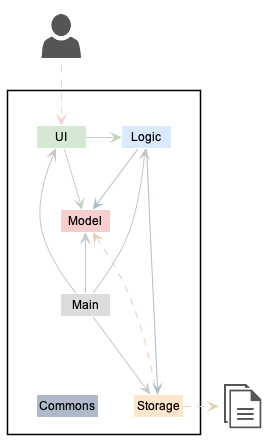
Before: docs/images/ArchitectureDiagram.png, a diagram exported from PlantUML (nus-cs2103-AY2122S1/tp).
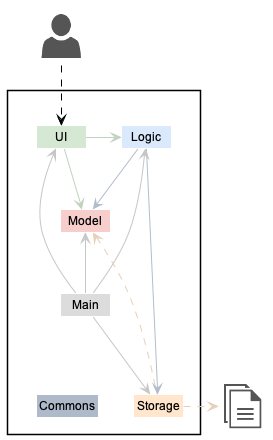
Above is the later version.

Diff of the diagram source:
```diff
@@ -29,5 +29,5 @@
 
 Storage -up[STORAGE_COLOR_T1].> Model
 Storage .right[STORAGE_COLOR_T1].>File
-User .down[MODEL_COLOR].> UI
+User .down.> UI
 @enduml
```
